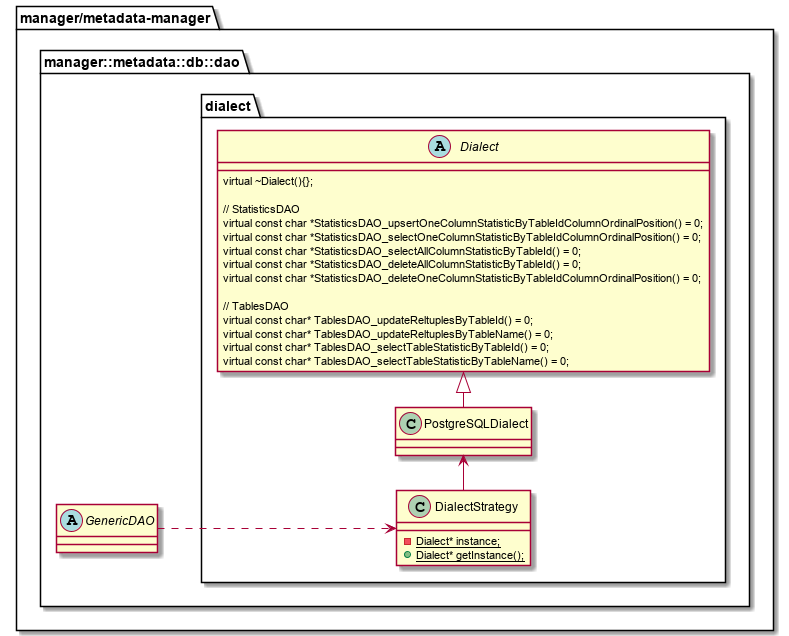
This is metadata-manager/docs/statistic/02.FD/out/uml/ClassDiagram_detail/ClassDiagram_detail_dialect.png from project-tsurugi/metadata-manager, a PlantUML export, as it was before one commit.
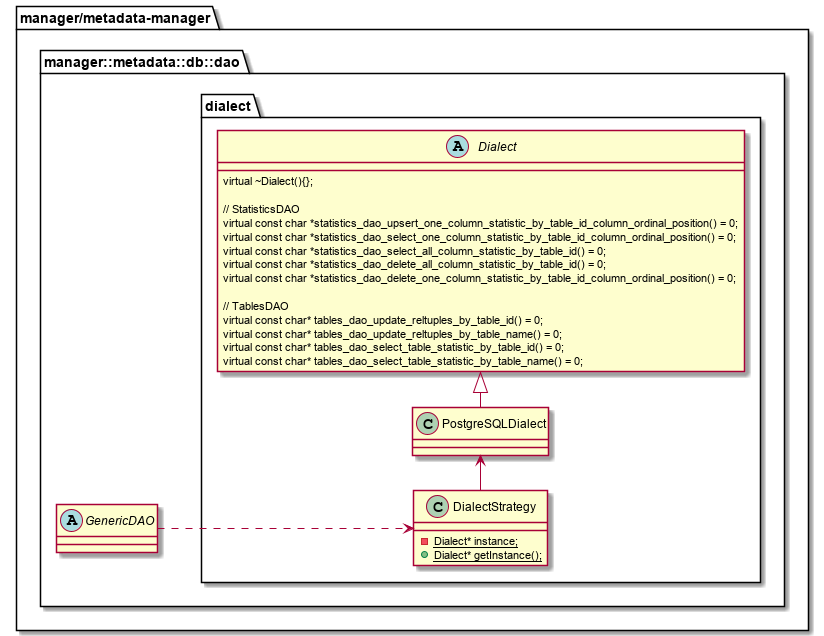
After the change.

Change to the diagram source:
```diff
@@ -21,17 +21,17 @@
 	      {method}virtual ~Dialect(){};
         {method}
         {method}// StatisticsDAO
-	      {method}virtual const char *StatisticsDAO_upsertOneColumnStatisticByTableIdColumnOrdinalPosition() = 0;
-	      {method}virtual const char *StatisticsDAO_selectOneColumnStatisticByTableIdColumnOrdinalPosition() = 0;
-	      {method}virtual const char *StatisticsDAO_selectAllColumnStatisticByTableId() = 0;
-        {method}virtual const char *StatisticsDAO_deleteAllColumnStatisticByTableId() = 0;
-        {method}virtual const char *StatisticsDAO_deleteOneColumnStatisticByTableIdColumnOrdinalPosition() = 0;
+	      {method}virtual const char *statistics_dao_upsert_one_column_statistic_by_table_id_column_ordinal_position() = 0;
+	      {method}virtual const char *statistics_dao_select_one_column_statistic_by_table_id_column_ordinal_position() = 0;
+	      {method}virtual const char *statistics_dao_select_all_column_statistic_by_table_id() = 0;
+        {method}virtual const char *statistics_dao_delete_all_column_statistic_by_table_id() = 0;
+        {method}virtual const char *statistics_dao_delete_one_column_statistic_by_table_id_column_ordinal_position() = 0;
         {method}
         {method}// TablesDAO
-        {method}virtual const char* TablesDAO_updateReltuplesByTableId() = 0;
-        {method}virtual const char* TablesDAO_updateReltuplesByTableName() = 0;
-        {method}virtual const char* TablesDAO_selectTableStatisticByTableId() = 0;
-        {method}virtual const char* TablesDAO_selectTableStatisticByTableName() = 0;
+        {method}virtual const char* tables_dao_update_reltuples_by_table_id() = 0;
+        {method}virtual const char* tables_dao_update_reltuples_by_table_name() = 0;
+        {method}virtual const char* tables_dao_select_table_statistic_by_table_id() = 0;
+        {method}virtual const char* tables_dao_select_table_statistic_by_table_name() = 0;
       }
 
       class PostgreSQLDialect
```
